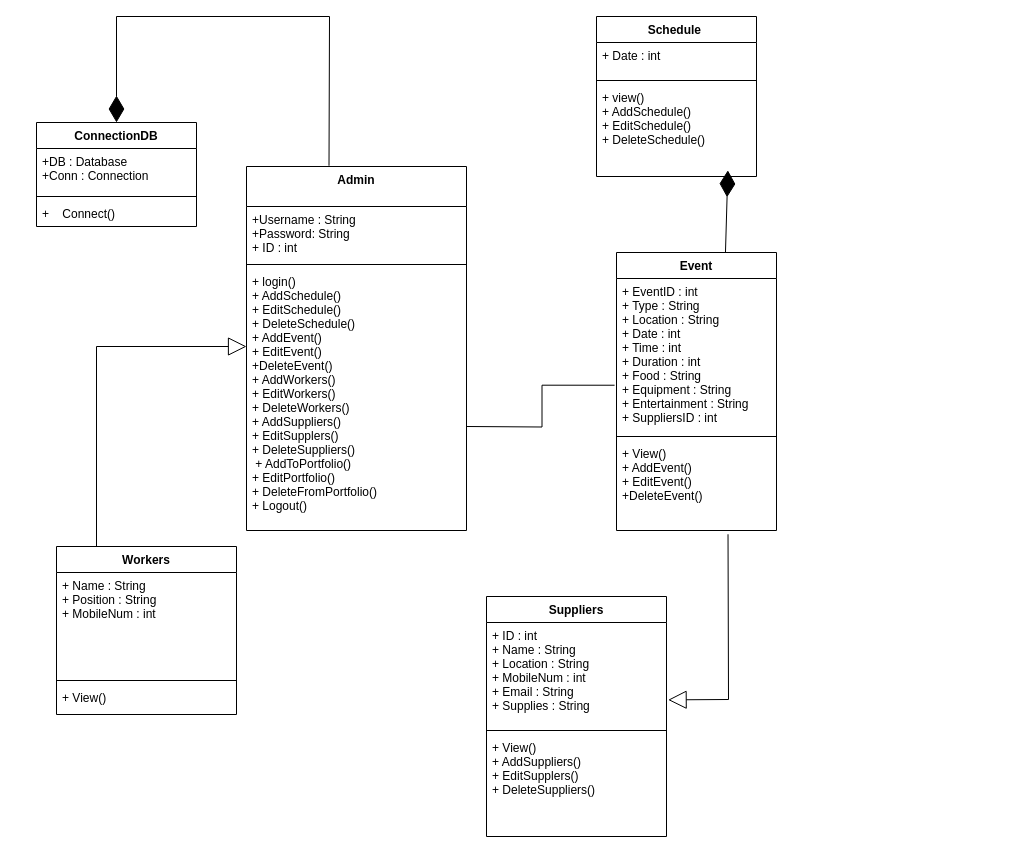
The draw.io diagram Untitled Diagram.drawio in RawanHesham20/SoftwareEngineeringProject--V4-, before the edit. Source tidied: cells renumbered, new cells numbered last; positions are measured from the earlier drawing's top-left corner, leaving out a move shared by most shapes. Both pictures are drawn from the tidied source at 100%, with x=0, y=0 at pixel (36, 16).
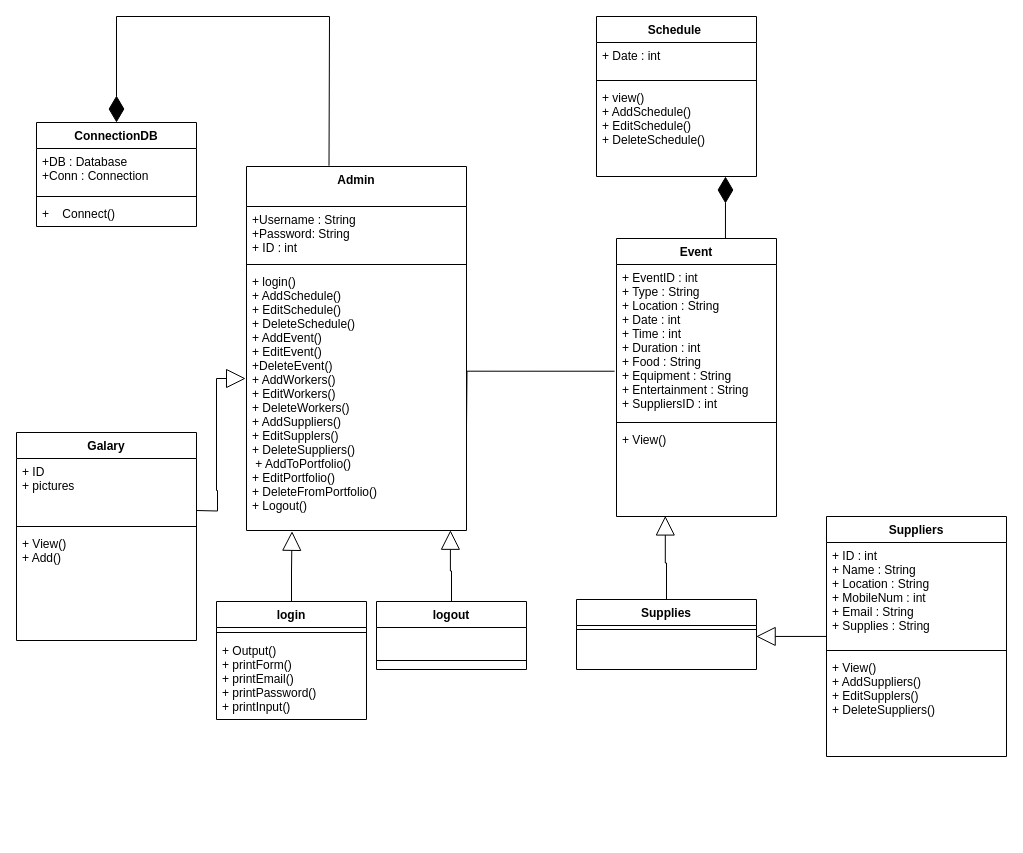
After the change.

The change refers to these unchanged cells:
```xml
<mxCell id="9" value="+ login()&#10;+ AddSchedule()&#10;+ EditSchedule()&#10;+ DeleteSchedule()&#10;+ AddEvent()&#10;+ EditEvent()&#10;+DeleteEvent()&#10;+ AddWorkers()&#10;+ EditWorkers()&#10;+ DeleteWorkers()&#10;+ AddSuppliers()&#10;+ EditSupplers()&#10;+ DeleteSuppliers()&#10; + AddToPortfolio()&#10;+ EditPortfolio()&#10;+ DeleteFromPortfolio()&#10;+ Logout()&#10;&#10;" style="text;strokeColor=none;fillColor=none;align=left;verticalAlign=top;spacingLeft=4;spacingRight=4;overflow=hidden;points=[[0,0.5],[1,0.5]];portConstraint=eastwest;" parent="6" vertex="1">
  <mxGeometry y="102" width="220" height="262" as="geometry" />
</mxCell>
<mxCell id="19" value="+ ID : int&#10;+ Name : String &#10;+ Location : String &#10;+ MobileNum : int&#10;+ Email : String&#10;+ Supplies : String&#10; &#10;" style="text;strokeColor=none;fillColor=none;align=left;verticalAlign=top;spacingLeft=4;spacingRight=4;overflow=hidden;points=[[0,0.5],[1,0.5]];portConstraint=eastwest;" parent="18" vertex="1">
  <mxGeometry y="26" width="180" height="104" as="geometry" />
</mxCell>
<mxCell id="27" value="+ view()&#10;+ AddSchedule()&#10;+ EditSchedule()&#10;+ DeleteSchedule()" style="text;strokeColor=none;fillColor=none;align=left;verticalAlign=top;spacingLeft=4;spacingRight=4;overflow=hidden;points=[[0,0.5],[1,0.5]];portConstraint=eastwest;" parent="24" vertex="1">
  <mxGeometry y="68" width="160" height="92" as="geometry" />
</mxCell>
```

Diff of the diagram source:
```diff
@@
     <mxCell id="10" value="Event" style="swimlane;fontStyle=1;align=center;verticalAlign=top;horizontal=1;startSize=26;" parent="1" vertex="1">
-      <mxGeometry x="580" y="236" width="160" height="278" as="geometry" />
+      <mxGeometry x="580" y="222" width="160" height="278" as="geometry" />
     </mxCell>
@@
-    <mxCell id="13" value="+ View()&#10;+ AddEvent()&#10;+ EditEvent()&#10;+DeleteEvent()" style="text;strokeColor=none;fillColor=none;align=left;verticalAlign=top;spacingLeft=4;spacingRight=4;overflow=hidden;points=[[0,0.5],[1,0.5]];portConstraint=eastwest;" parent="10" vertex="1">
+    <mxCell id="13" value="+ View()&#10;" style="text;strokeColor=none;fillColor=none;align=left;verticalAlign=top;spacingLeft=4;spacingRight=4;overflow=hidden;points=[[0,0.5],[1,0.5]];portConstraint=eastwest;" parent="10" vertex="1">
       <mxGeometry y="188" width="160" height="90" as="geometry" />
     </mxCell>
-    <mxCell id="14" value="Workers" style="swimlane;fontStyle=1;align=center;verticalAlign=top;horizontal=1;startSize=26;" parent="1" vertex="1">
-      <mxGeometry x="20" y="530" width="180" height="168" as="geometry" />
-    </mxCell>
-    <mxCell id="15" value="+ Name : String &#10;+ Position : String &#10;+ MobileNum : int&#10; &#10;" style="text;strokeColor=none;fillColor=none;align=left;verticalAlign=top;spacingLeft=4;spacingRight=4;overflow=hidden;" parent="14" vertex="1">
-      <mxGeometry y="26" width="180" height="104" as="geometry" />
-    </mxCell>
-    <mxCell id="16" style="line;strokeWidth=1;fillColor=none;align=left;verticalAlign=middle;spacingTop=-1;spacingLeft=3;spacingRight=3;labelPosition=right;" parent="14" vertex="1">
-      <mxGeometry y="130" width="180" height="8" as="geometry" />
-    </mxCell>
-    <mxCell id="17" value="+ View()&#10;&#10;&#10;&#10;" style="text;strokeColor=none;fillColor=none;align=left;verticalAlign=top;spacingLeft=4;spacingRight=4;overflow=hidden;" parent="14" vertex="1">
-      <mxGeometry y="138" width="180" height="30" as="geometry" />
-    </mxCell>
+    <mxCell id="31" style="edgeStyle=orthogonalEdgeStyle;rounded=0;jettySize=auto;html=1;endArrow=block;endFill=0;endSize=17;entryX=0.998;entryY=0.082;entryDx=0;entryDy=0;entryPerimeter=0;" parent="1" edge="1" source="18" target="43">
+      <mxGeometry relative="1" as="geometry" />
+    </mxCell>
     <mxCell id="18" value="Suppliers" style="swimlane;fontStyle=1;align=center;verticalAlign=top;horizontal=1;startSize=26;" parent="1" vertex="1">
-      <mxGeometry x="450" y="580" width="180" height="240" as="geometry" />
+      <mxGeometry x="790" y="500" width="180" height="240" as="geometry" />
     </mxCell>
@@
-    <mxCell id="22" style="endArrow=block;endSize=16;endFill=0;html=1;rounded=0;" parent="1" edge="1">
-      <mxGeometry x="-1" y="300" relative="1" as="geometry">
-        <mxPoint x="60" y="530" as="sourcePoint" />
-        <mxPoint x="210" y="330" as="targetPoint" />
-        <Array as="points">
-          <mxPoint x="60" y="330" />
-        </Array>
-        <mxPoint x="30" y="130" as="offset" />
-      </mxGeometry>
-    </mxCell>
@@
-    <mxCell id="28" style="endArrow=diamondThin;endFill=1;endSize=24;html=1;rounded=0;entryX=0.821;entryY=0.933;entryDx=0;entryDy=0;entryPerimeter=0;exitX=0.681;exitY=0.001;exitDx=0;exitDy=0;exitPerimeter=0;" parent="1" edge="1" source="10" target="27">
-      <mxGeometry relative="1" as="geometry" />
+    <mxCell id="28" style="endArrow=diamondThin;endFill=1;endSize=24;html=1;rounded=0;exitX=0.681;exitY=0.001;exitDx=0;exitDy=0;exitPerimeter=0;" parent="1" edge="1" source="10">
+      <mxGeometry relative="1" as="geometry">
+        <mxPoint x="689" y="160" as="targetPoint" />
+      </mxGeometry>
     </mxCell>
@@
-    <mxCell id="30" style="endArrow=block;endSize=16;endFill=0;html=1;rounded=0;exitX=0.697;exitY=1.042;exitDx=0;exitDy=0;exitPerimeter=0;entryX=1.009;entryY=0.744;entryDx=0;entryDy=0;entryPerimeter=0;" parent="1" edge="1" source="13" target="19">
-      <mxGeometry relative="1" as="geometry">
-        <Array as="points">
-          <mxPoint x="692" y="683" />
-        </Array>
-      </mxGeometry>
-    </mxCell>
+    <mxCell id="32" style="edgeStyle=orthogonalEdgeStyle;rounded=0;jettySize=auto;html=1;endArrow=block;endFill=0;endSize=17;entryX=0.207;entryY=1.003;entryDx=0;entryDy=0;entryPerimeter=0;" parent="1" edge="1" source="33" target="9">
+      <mxGeometry relative="1" as="geometry" />
+    </mxCell>
+    <mxCell id="33" value="login" style="swimlane;fontStyle=1;align=center;verticalAlign=top;horizontal=1;startSize=26;" parent="1" vertex="1">
+      <mxGeometry x="180" y="585" width="150" height="118" as="geometry" />
+    </mxCell>
+    <mxCell id="34" style="line;strokeWidth=1;fillColor=none;align=left;verticalAlign=middle;spacingTop=-1;spacingLeft=3;spacingRight=3;labelPosition=right;" parent="33" vertex="1">
+      <mxGeometry y="26" width="150" height="10" as="geometry" />
+    </mxCell>
+    <mxCell id="35" value="+ Output()&#10;+ printForm()&#10;+ printEmail()&#10;+ printPassword()&#10;+ printInput()" style="text;strokeColor=none;fillColor=none;align=left;verticalAlign=top;spacingLeft=4;spacingRight=4;overflow=hidden;" parent="33" vertex="1">
+      <mxGeometry y="36" width="150" height="82" as="geometry" />
+    </mxCell>
+    <mxCell id="36" style="edgeStyle=orthogonalEdgeStyle;rounded=0;jettySize=auto;html=1;endArrow=block;endFill=0;endSize=17;entryX=0.927;entryY=0.999;entryDx=0;entryDy=0;entryPerimeter=0;" parent="1" edge="1" source="37" target="9">
+      <mxGeometry relative="1" as="geometry" />
+    </mxCell>
+    <mxCell id="37" value="logout" style="swimlane;fontStyle=1;align=center;verticalAlign=top;horizontal=1;startSize=26;" parent="1" vertex="1">
+      <mxGeometry x="340" y="585" width="150" height="68" as="geometry" />
+    </mxCell>
+    <mxCell id="38" value=" &#10;" style="text;strokeColor=none;fillColor=none;align=left;verticalAlign=top;spacingLeft=4;spacingRight=4;overflow=hidden;" parent="37" vertex="1">
+      <mxGeometry y="26" width="150" height="24" as="geometry" />
+    </mxCell>
+    <mxCell id="39" style="line;strokeWidth=1;fillColor=none;align=left;verticalAlign=middle;spacingTop=-1;spacingLeft=3;spacingRight=3;labelPosition=right;" parent="37" vertex="1">
+      <mxGeometry y="50" width="150" height="18" as="geometry" />
+    </mxCell>
+    <mxCell id="40" style="edgeStyle=orthogonalEdgeStyle;rounded=0;jettySize=auto;html=1;endArrow=block;endFill=0;endSize=17;entryX=0.305;entryY=0.994;entryDx=0;entryDy=0;entryPerimeter=0;" parent="1" edge="1" source="41" target="13">
+      <mxGeometry relative="1" as="geometry" />
+    </mxCell>
+    <mxCell id="41" value="Supplies" style="swimlane;fontStyle=1;align=center;verticalAlign=top;horizontal=1;startSize=26;" parent="1" vertex="1">
+      <mxGeometry x="540" y="583" width="180" height="70" as="geometry" />
+    </mxCell>
+    <mxCell id="42" style="line;strokeWidth=1;fillColor=none;align=left;verticalAlign=middle;spacingTop=-1;spacingLeft=3;spacingRight=3;labelPosition=right;" parent="41" vertex="1">
+      <mxGeometry y="26" width="180" height="8" as="geometry" />
+    </mxCell>
+    <mxCell id="43" value="&#10;&#10;&#10;" style="text;strokeColor=none;fillColor=none;align=left;verticalAlign=top;spacingLeft=4;spacingRight=4;overflow=hidden;points=[[0,0.5],[1,0.5]];portConstraint=eastwest;" parent="41" vertex="1">
+      <mxGeometry y="34" width="180" height="36" as="geometry" />
+    </mxCell>
+    <mxCell id="44" style="edgeStyle=orthogonalEdgeStyle;rounded=0;jettySize=auto;html=1;entryX=-0.004;entryY=0.42;entryDx=0;entryDy=0;entryPerimeter=0;endArrow=block;endFill=0;endSize=17;" parent="1" edge="1" target="9">
+      <mxGeometry relative="1" as="geometry">
+        <mxPoint x="160" y="494" as="sourcePoint" />
+      </mxGeometry>
+    </mxCell>
+    <mxCell id="45" value="Galary" style="swimlane;fontStyle=1;align=center;verticalAlign=top;horizontal=1;startSize=26;" parent="1" vertex="1">
+      <mxGeometry x="-20" y="416" width="180" height="208" as="geometry" />
+    </mxCell>
+    <mxCell id="46" value="+ ID&#10;+ pictures &#10; &#10;" style="text;strokeColor=none;fillColor=none;align=left;verticalAlign=top;spacingLeft=4;spacingRight=4;overflow=hidden;" parent="45" vertex="1">
+      <mxGeometry y="26" width="180" height="64" as="geometry" />
+    </mxCell>
+    <mxCell id="47" style="line;strokeWidth=1;fillColor=none;align=left;verticalAlign=middle;spacingTop=-1;spacingLeft=3;spacingRight=3;labelPosition=right;" parent="45" vertex="1">
+      <mxGeometry y="90" width="180" height="8" as="geometry" />
+    </mxCell>
+    <mxCell id="48" value="+ View()&#10;+ Add()&#10;&#10;&#10;" style="text;strokeColor=none;fillColor=none;align=left;verticalAlign=top;spacingLeft=4;spacingRight=4;overflow=hidden;" parent="45" vertex="1">
+      <mxGeometry y="98" width="180" height="110" as="geometry" />
+    </mxCell>
```
